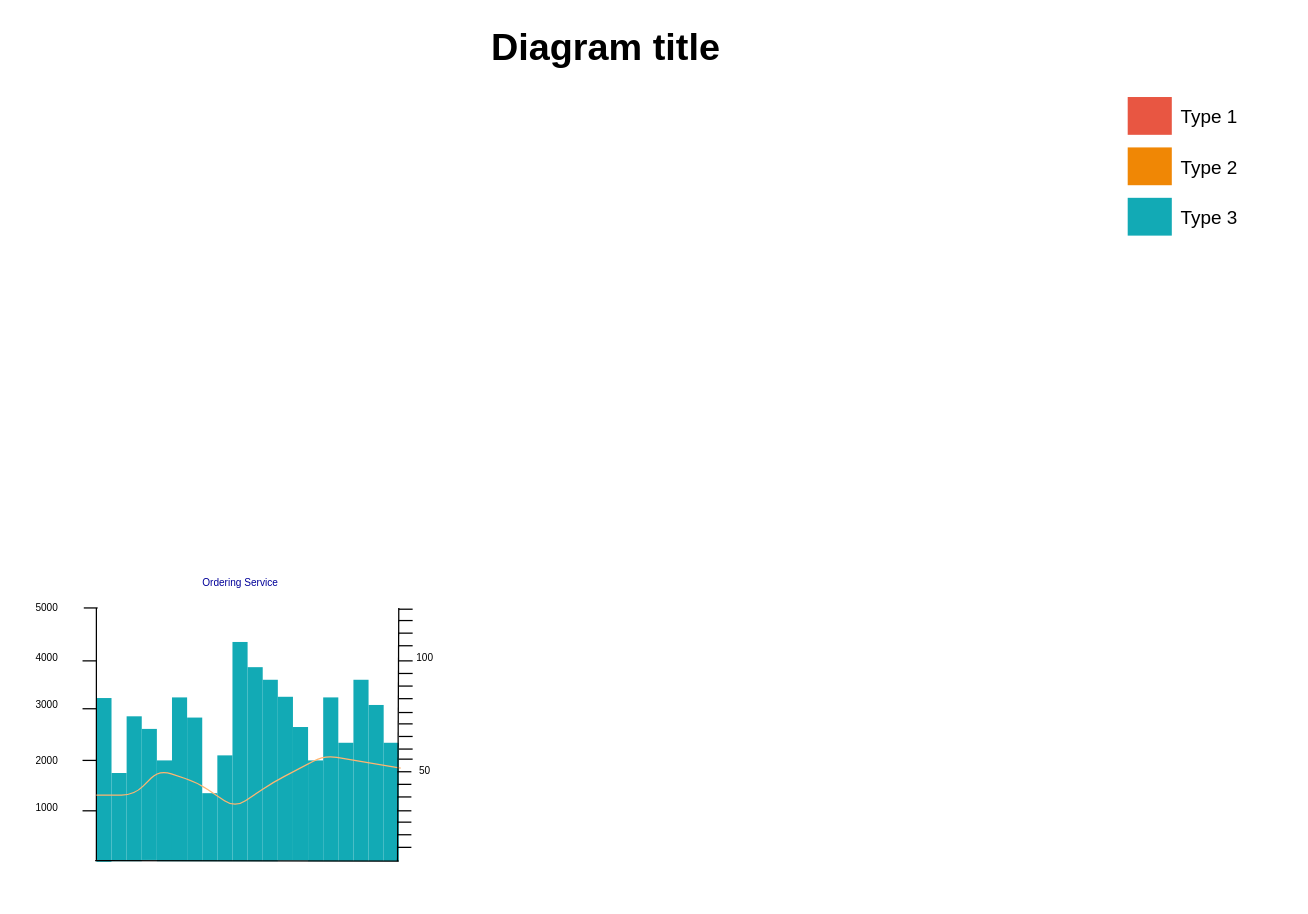
Before: Starbucks Middle Layer Monitor Dashboard.drawio in sotheair/designs, a draw.io diagram. Source tidied: cells renumbered, new cells numbered last; positions are measured from the earlier drawing's top-left corner, leaving out a move shared by most shapes. Both pictures are drawn from the tidied source at 126%, with x=0, y=0 at pixel (21, 20).
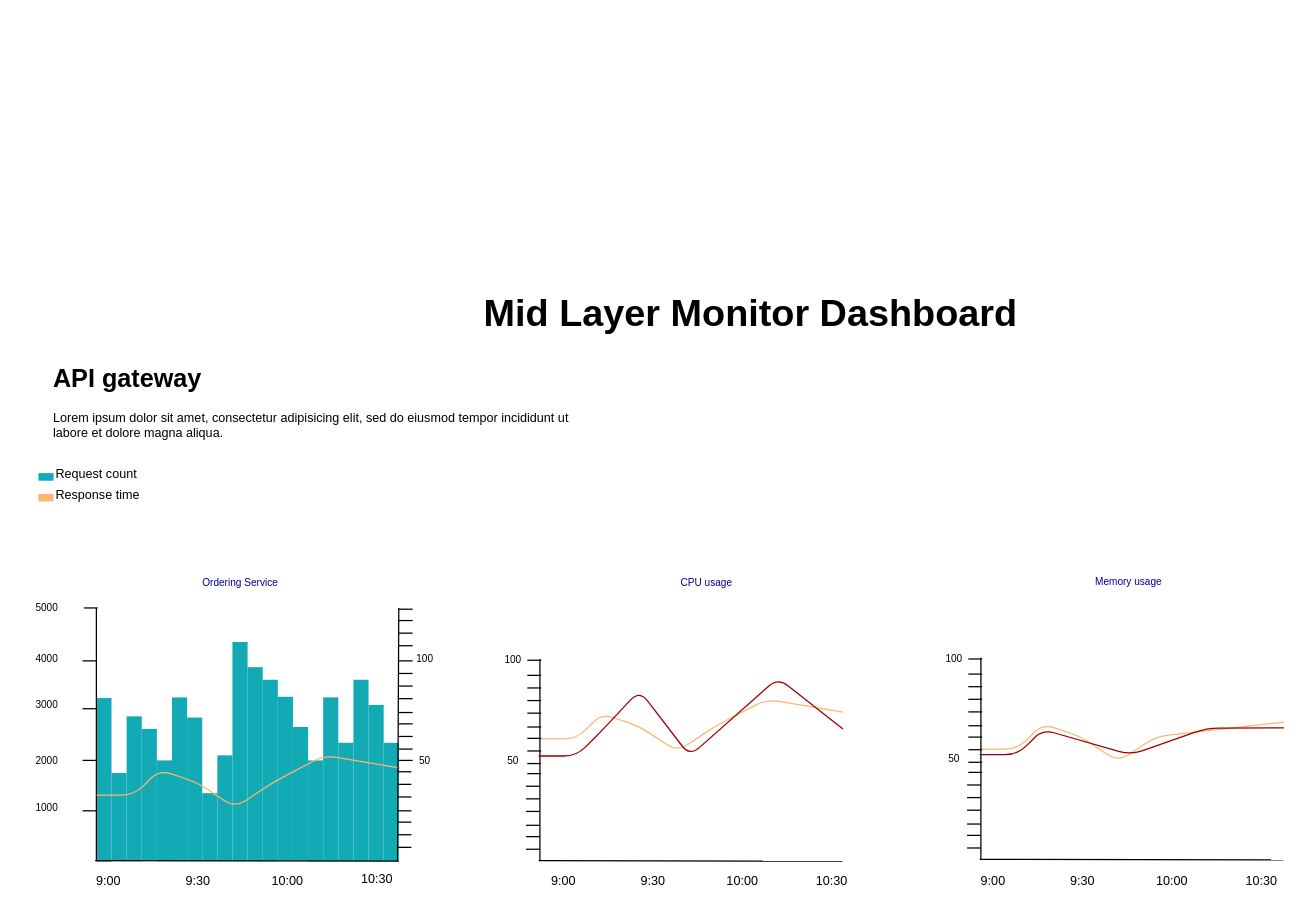
Above is the later version.

Diff of the diagram source:
```diff
@@
     <mxCell id="3" style="whiteSpace=wrap;fillColor=#12AAB5;gradientColor=none;gradientDirection=east;strokeColor=none;html=1;fontColor=#23445d;" parent="1" vertex="1">
-      <mxGeometry x="877.5" y="140.5" width="35" height="30" as="geometry" />
+      <mxGeometry x="13" y="359" width="12" height="6" as="geometry" />
     </mxCell>
-    <mxCell id="4" style="whiteSpace=wrap;fillColor=#F08705;gradientColor=none;gradientDirection=east;strokeColor=none;html=1;fontColor=#23445d;" parent="1" vertex="1">
-      <mxGeometry x="877.5" y="100.5" width="35" height="30" as="geometry" />
-    </mxCell>
-    <mxCell id="5" style="whiteSpace=wrap;fillColor=#E85642;gradientColor=none;gradientDirection=east;strokeColor=none;html=1;fontColor=#23445d;" parent="1" vertex="1">
-      <mxGeometry x="877.5" y="60.5" width="35" height="30" as="geometry" />
-    </mxCell>
-    <mxCell id="6" value="Type 1" style="text;spacingTop=-5;html=1;fontSize=15;" parent="1" vertex="1">
-      <mxGeometry x="917.5" y="65.5" width="80" height="20" as="geometry" />
-    </mxCell>
-    <mxCell id="7" value="Type 2" style="text;spacingTop=-5;html=1;fontSize=15;" parent="1" vertex="1">
-      <mxGeometry x="917.5" y="105.5" width="80" height="20" as="geometry" />
-    </mxCell>
-    <mxCell id="8" value="Type 3" style="text;spacingTop=-5;html=1;fontSize=15;" parent="1" vertex="1">
-      <mxGeometry x="917.5" y="145.5" width="80" height="20" as="geometry" />
+    <mxCell id="8" value="Request count" style="text;spacingTop=-5;html=1;fontSize=10;" parent="1" vertex="1">
+      <mxGeometry x="25" y="352" width="80" height="20" as="geometry" />
     </mxCell>
-    <mxCell id="9" value="&lt;font style=&quot;font-size: 30px;&quot;&gt;Diagram title&lt;/font&gt;" style="text;spacingTop=-5;align=center;verticalAlign=middle;fontSize=30;fontStyle=1;html=1;" parent="1" vertex="1">
-      <mxGeometry x="57.5" y="0.5" width="810" height="45" as="geometry" />
+    <mxCell id="9" value="Mid Layer Monitor Dashboard" style="text;spacingTop=-5;align=center;verticalAlign=middle;fontSize=30;fontStyle=1;html=1;" parent="1" vertex="1">
+      <mxGeometry x="173" y="212" width="810" height="45" as="geometry" />
     </mxCell>
@@
     <mxCell id="37" style="endArrow=none;html=1;strokeWidth=1;" parent="1" edge="1">
       <mxGeometry relative="1" as="geometry">
-        <mxPoint x="299" y="586" as="sourcePoint" />
-        <mxPoint x="310" y="586" as="targetPoint" />
+        <mxPoint x="299" y="587" as="sourcePoint" />
+        <mxPoint x="310" y="587" as="targetPoint" />
       </mxGeometry>
     </mxCell>
@@
     <mxCell id="64" value="&lt;font style=&quot;font-size: 8px&quot;&gt;50&lt;/font&gt;" style="text;html=1;align=center;verticalAlign=middle;whiteSpace=wrap;rounded=0;fontSize=8;" parent="1" vertex="1">
-      <mxGeometry x="310" y="585" width="20" height="20" as="geometry" />
+      <mxGeometry x="310" y="577" width="20" height="20" as="geometry" />
     </mxCell>
@@
+    <mxCell id="66" style="whiteSpace=wrap;fillColor=#FFB570;gradientColor=none;gradientDirection=east;strokeColor=none;html=1;fontColor=#23445d;" parent="1" vertex="1">
+      <mxGeometry x="13" y="375.5" width="12" height="6" as="geometry" />
+    </mxCell>
+    <mxCell id="67" value="Response time" style="text;spacingTop=-5;html=1;fontSize=10;" parent="1" vertex="1">
+      <mxGeometry x="25" y="368.5" width="80" height="20" as="geometry" />
+    </mxCell>
+    <mxCell id="68" style="endArrow=none;html=1;strokeWidth=1;entryX=1.125;entryY=0.214;entryDx=0;entryDy=0;entryPerimeter=0;strokeColor=#FFB570;" parent="1" edge="1">
+      <mxGeometry relative="1" as="geometry">
+        <mxPoint x="410" y="570" as="sourcePoint" />
+        <mxPoint x="651.5" y="548.6" as="targetPoint" />
+        <Array as="points">
+          <mxPoint x="440" y="570" />
+          <mxPoint x="460" y="550" />
+          <mxPoint x="490" y="560" />
+          <mxPoint x="520" y="580" />
+          <mxPoint x="550" y="560" />
+          <mxPoint x="591" y="538.5" />
+        </Array>
+      </mxGeometry>
+    </mxCell>
+    <mxCell id="69" style="endArrow=none;html=1;strokeWidth=1;" parent="1" edge="1">
+      <mxGeometry relative="1" as="geometry">
+        <mxPoint x="411" y="666.5" as="sourcePoint" />
+        <mxPoint x="411" y="506.5" as="targetPoint" />
+      </mxGeometry>
+    </mxCell>
+    <mxCell id="70" style="endArrow=none;html=1;strokeWidth=1;" parent="1" edge="1">
+      <mxGeometry relative="1" as="geometry">
+        <mxPoint x="401" y="597.5" as="sourcePoint" />
+        <mxPoint x="412" y="597.5" as="targetPoint" />
+      </mxGeometry>
+    </mxCell>
+    <mxCell id="71" style="endArrow=none;html=1;strokeWidth=1;" parent="1" edge="1">
+      <mxGeometry relative="1" as="geometry">
+        <mxPoint x="400" y="607.5" as="sourcePoint" />
+        <mxPoint x="411" y="607.5" as="targetPoint" />
+      </mxGeometry>
+    </mxCell>
+    <mxCell id="72" style="endArrow=none;html=1;strokeWidth=1;" parent="1" edge="1">
+      <mxGeometry relative="1" as="geometry">
+        <mxPoint x="400" y="617.5" as="sourcePoint" />
+        <mxPoint x="411" y="617.5" as="targetPoint" />
+      </mxGeometry>
+    </mxCell>
+    <mxCell id="73" style="endArrow=none;html=1;strokeWidth=1;" parent="1" edge="1">
+      <mxGeometry relative="1" as="geometry">
+        <mxPoint x="400" y="627.5" as="sourcePoint" />
+        <mxPoint x="411" y="627.5" as="targetPoint" />
+      </mxGeometry>
+    </mxCell>
+    <mxCell id="74" style="endArrow=none;html=1;strokeWidth=1;" parent="1" edge="1">
+      <mxGeometry relative="1" as="geometry">
+        <mxPoint x="400" y="638.5" as="sourcePoint" />
+        <mxPoint x="411" y="638.5" as="targetPoint" />
+      </mxGeometry>
+    </mxCell>
+    <mxCell id="75" style="endArrow=none;html=1;strokeWidth=1;" parent="1" edge="1">
+      <mxGeometry relative="1" as="geometry">
+        <mxPoint x="400" y="647.5" as="sourcePoint" />
+        <mxPoint x="411" y="647.5" as="targetPoint" />
+      </mxGeometry>
+    </mxCell>
+    <mxCell id="76" style="endArrow=none;html=1;strokeWidth=1;" parent="1" edge="1">
+      <mxGeometry relative="1" as="geometry">
+        <mxPoint x="400" y="657.5" as="sourcePoint" />
+        <mxPoint x="411" y="657.5" as="targetPoint" />
+      </mxGeometry>
+    </mxCell>
+    <mxCell id="77" style="endArrow=none;html=1;strokeWidth=1;" parent="1" edge="1">
+      <mxGeometry relative="1" as="geometry">
+        <mxPoint x="401" y="589.5" as="sourcePoint" />
+        <mxPoint x="412" y="589.5" as="targetPoint" />
+      </mxGeometry>
+    </mxCell>
+    <mxCell id="78" style="endArrow=none;html=1;strokeWidth=1;" parent="1" edge="1">
+      <mxGeometry relative="1" as="geometry">
+        <mxPoint x="401" y="519.5" as="sourcePoint" />
+        <mxPoint x="412" y="519.5" as="targetPoint" />
+      </mxGeometry>
+    </mxCell>
+    <mxCell id="79" style="endArrow=none;html=1;strokeWidth=1;" parent="1" edge="1">
+      <mxGeometry relative="1" as="geometry">
+        <mxPoint x="401" y="529.5" as="sourcePoint" />
+        <mxPoint x="412" y="529.5" as="targetPoint" />
+      </mxGeometry>
+    </mxCell>
+    <mxCell id="80" style="endArrow=none;html=1;strokeWidth=1;" parent="1" edge="1">
+      <mxGeometry relative="1" as="geometry">
+        <mxPoint x="401" y="539.5" as="sourcePoint" />
+        <mxPoint x="412" y="539.5" as="targetPoint" />
+      </mxGeometry>
+    </mxCell>
+    <mxCell id="81" style="endArrow=none;html=1;strokeWidth=1;" parent="1" edge="1">
+      <mxGeometry relative="1" as="geometry">
+        <mxPoint x="401" y="549.5" as="sourcePoint" />
+        <mxPoint x="412" y="549.5" as="targetPoint" />
+      </mxGeometry>
+    </mxCell>
+    <mxCell id="82" style="endArrow=none;html=1;strokeWidth=1;" parent="1" edge="1">
+      <mxGeometry relative="1" as="geometry">
+        <mxPoint x="401" y="560.5" as="sourcePoint" />
+        <mxPoint x="412" y="560.5" as="targetPoint" />
+      </mxGeometry>
+    </mxCell>
+    <mxCell id="83" style="endArrow=none;html=1;strokeWidth=1;" parent="1" edge="1">
+      <mxGeometry relative="1" as="geometry">
+        <mxPoint x="401" y="569.5" as="sourcePoint" />
+        <mxPoint x="412" y="569.5" as="targetPoint" />
+      </mxGeometry>
+    </mxCell>
+    <mxCell id="84" style="endArrow=none;html=1;strokeWidth=1;" parent="1" edge="1">
+      <mxGeometry relative="1" as="geometry">
+        <mxPoint x="401" y="579.5" as="sourcePoint" />
+        <mxPoint x="412" y="579.5" as="targetPoint" />
+      </mxGeometry>
+    </mxCell>
+    <mxCell id="85" style="endArrow=none;html=1;strokeWidth=1;" parent="1" edge="1">
+      <mxGeometry relative="1" as="geometry">
+        <mxPoint x="401" y="507.5" as="sourcePoint" />
+        <mxPoint x="412" y="507.5" as="targetPoint" />
+      </mxGeometry>
+    </mxCell>
+    <mxCell id="86" value="&lt;font style=&quot;font-size: 8px&quot;&gt;100&lt;/font&gt;" style="text;html=1;align=center;verticalAlign=middle;whiteSpace=wrap;rounded=0;fontSize=8;" parent="1" vertex="1">
+      <mxGeometry x="380" y="497" width="20" height="20" as="geometry" />
+    </mxCell>
+    <mxCell id="87" value="&lt;font style=&quot;font-size: 8px&quot;&gt;50&lt;/font&gt;" style="text;html=1;align=center;verticalAlign=middle;whiteSpace=wrap;rounded=0;fontSize=8;" parent="1" vertex="1">
+      <mxGeometry x="380" y="577" width="20" height="20" as="geometry" />
+    </mxCell>
+    <mxCell id="88" style="endArrow=none;html=1;strokeWidth=1;" parent="1" edge="1">
+      <mxGeometry relative="1" as="geometry">
+        <mxPoint x="410" y="666.5" as="sourcePoint" />
+        <mxPoint x="651" y="667" as="targetPoint" />
+      </mxGeometry>
+    </mxCell>
+    <mxCell id="89" style="endArrow=none;html=1;strokeWidth=1;entryX=1.125;entryY=0.214;entryDx=0;entryDy=0;entryPerimeter=0;strokeColor=#990000;" parent="1" edge="1">
+      <mxGeometry relative="1" as="geometry">
+        <mxPoint x="410" y="583.5" as="sourcePoint" />
+        <mxPoint x="651.5" y="562.1" as="targetPoint" />
+        <Array as="points">
+          <mxPoint x="440" y="583.5" />
+          <mxPoint x="460" y="563.5" />
+          <mxPoint x="490" y="531.5" />
+          <mxPoint x="530" y="583.5" />
+          <mxPoint x="600" y="521.5" />
+        </Array>
+      </mxGeometry>
+    </mxCell>
+    <mxCell id="90" style="endArrow=none;html=1;strokeWidth=1;entryX=1.125;entryY=0.214;entryDx=0;entryDy=0;entryPerimeter=0;strokeColor=#FFB570;" parent="1" edge="1">
+      <mxGeometry relative="1" as="geometry">
+        <mxPoint x="760" y="578" as="sourcePoint" />
+        <mxPoint x="1001.5" y="556.6" as="targetPoint" />
+        <Array as="points">
+          <mxPoint x="790" y="578" />
+          <mxPoint x="810" y="558" />
+          <mxPoint x="840" y="568" />
+          <mxPoint x="870" y="588" />
+          <mxPoint x="900" y="568" />
+        </Array>
+      </mxGeometry>
+    </mxCell>
+    <mxCell id="91" style="endArrow=none;html=1;strokeWidth=1;" parent="1" edge="1">
+      <mxGeometry relative="1" as="geometry">
+        <mxPoint x="761" y="665.5" as="sourcePoint" />
+        <mxPoint x="761" y="505.5" as="targetPoint" />
+      </mxGeometry>
+    </mxCell>
+    <mxCell id="92" style="endArrow=none;html=1;strokeWidth=1;" parent="1" edge="1">
+      <mxGeometry relative="1" as="geometry">
+        <mxPoint x="751" y="596.5" as="sourcePoint" />
+        <mxPoint x="762" y="596.5" as="targetPoint" />
+      </mxGeometry>
+    </mxCell>
+    <mxCell id="93" style="endArrow=none;html=1;strokeWidth=1;" parent="1" edge="1">
+      <mxGeometry relative="1" as="geometry">
+        <mxPoint x="750" y="606.5" as="sourcePoint" />
+        <mxPoint x="761" y="606.5" as="targetPoint" />
+      </mxGeometry>
+    </mxCell>
+    <mxCell id="94" style="endArrow=none;html=1;strokeWidth=1;" parent="1" edge="1">
+      <mxGeometry relative="1" as="geometry">
+        <mxPoint x="750" y="616.5" as="sourcePoint" />
+        <mxPoint x="761" y="616.5" as="targetPoint" />
+      </mxGeometry>
+    </mxCell>
+    <mxCell id="95" style="endArrow=none;html=1;strokeWidth=1;" parent="1" edge="1">
+      <mxGeometry relative="1" as="geometry">
+        <mxPoint x="750" y="626.5" as="sourcePoint" />
+        <mxPoint x="761" y="626.5" as="targetPoint" />
+      </mxGeometry>
+    </mxCell>
+    <mxCell id="96" style="endArrow=none;html=1;strokeWidth=1;" parent="1" edge="1">
+      <mxGeometry relative="1" as="geometry">
+        <mxPoint x="750" y="637.5" as="sourcePoint" />
+        <mxPoint x="761" y="637.5" as="targetPoint" />
+      </mxGeometry>
+    </mxCell>
+    <mxCell id="97" style="endArrow=none;html=1;strokeWidth=1;" parent="1" edge="1">
+      <mxGeometry relative="1" as="geometry">
+        <mxPoint x="750" y="646.5" as="sourcePoint" />
+        <mxPoint x="761" y="646.5" as="targetPoint" />
+      </mxGeometry>
+    </mxCell>
+    <mxCell id="98" style="endArrow=none;html=1;strokeWidth=1;" parent="1" edge="1">
+      <mxGeometry relative="1" as="geometry">
+        <mxPoint x="750" y="656.5" as="sourcePoint" />
+        <mxPoint x="761" y="656.5" as="targetPoint" />
+      </mxGeometry>
+    </mxCell>
+    <mxCell id="99" style="endArrow=none;html=1;strokeWidth=1;" parent="1" edge="1">
+      <mxGeometry relative="1" as="geometry">
+        <mxPoint x="751" y="588.5" as="sourcePoint" />
+        <mxPoint x="762" y="588.5" as="targetPoint" />
+      </mxGeometry>
+    </mxCell>
+    <mxCell id="100" style="endArrow=none;html=1;strokeWidth=1;" parent="1" edge="1">
+      <mxGeometry relative="1" as="geometry">
+        <mxPoint x="751" y="518.5" as="sourcePoint" />
+        <mxPoint x="762" y="518.5" as="targetPoint" />
+      </mxGeometry>
+    </mxCell>
+    <mxCell id="101" style="endArrow=none;html=1;strokeWidth=1;" parent="1" edge="1">
+      <mxGeometry relative="1" as="geometry">
+        <mxPoint x="751" y="528.5" as="sourcePoint" />
+        <mxPoint x="762" y="528.5" as="targetPoint" />
+      </mxGeometry>
+    </mxCell>
+    <mxCell id="102" style="endArrow=none;html=1;strokeWidth=1;" parent="1" edge="1">
+      <mxGeometry relative="1" as="geometry">
+        <mxPoint x="751" y="538.5" as="sourcePoint" />
+        <mxPoint x="762" y="538.5" as="targetPoint" />
+      </mxGeometry>
+    </mxCell>
+    <mxCell id="103" style="endArrow=none;html=1;strokeWidth=1;" parent="1" edge="1">
+      <mxGeometry relative="1" as="geometry">
+        <mxPoint x="751" y="548.5" as="sourcePoint" />
+        <mxPoint x="762" y="548.5" as="targetPoint" />
+      </mxGeometry>
+    </mxCell>
+    <mxCell id="104" style="endArrow=none;html=1;strokeWidth=1;" parent="1" edge="1">
+      <mxGeometry relative="1" as="geometry">
+        <mxPoint x="751" y="559.5" as="sourcePoint" />
+        <mxPoint x="762" y="559.5" as="targetPoint" />
+      </mxGeometry>
+    </mxCell>
+    <mxCell id="105" style="endArrow=none;html=1;strokeWidth=1;" parent="1" edge="1">
+      <mxGeometry relative="1" as="geometry">
+        <mxPoint x="751" y="568.5" as="sourcePoint" />
+        <mxPoint x="762" y="568.5" as="targetPoint" />
+      </mxGeometry>
+    </mxCell>
+    <mxCell id="106" style="endArrow=none;html=1;strokeWidth=1;" parent="1" edge="1">
+      <mxGeometry relative="1" as="geometry">
+        <mxPoint x="751" y="578.5" as="sourcePoint" />
+        <mxPoint x="762" y="578.5" as="targetPoint" />
+      </mxGeometry>
+    </mxCell>
+    <mxCell id="107" style="endArrow=none;html=1;strokeWidth=1;" parent="1" edge="1">
+      <mxGeometry relative="1" as="geometry">
+        <mxPoint x="751" y="506.5" as="sourcePoint" />
+        <mxPoint x="762" y="506.5" as="targetPoint" />
+      </mxGeometry>
+    </mxCell>
+    <mxCell id="108" value="&lt;font style=&quot;font-size: 8px&quot;&gt;100&lt;/font&gt;" style="text;html=1;align=center;verticalAlign=middle;whiteSpace=wrap;rounded=0;fontSize=8;" parent="1" vertex="1">
+      <mxGeometry x="730" y="496" width="20" height="20" as="geometry" />
+    </mxCell>
+    <mxCell id="109" value="&lt;font style=&quot;font-size: 8px&quot;&gt;50&lt;/font&gt;" style="text;html=1;align=center;verticalAlign=middle;whiteSpace=wrap;rounded=0;fontSize=8;" parent="1" vertex="1">
+      <mxGeometry x="730" y="576" width="20" height="20" as="geometry" />
+    </mxCell>
+    <mxCell id="110" style="endArrow=none;html=1;strokeWidth=1;" parent="1" edge="1">
+      <mxGeometry relative="1" as="geometry">
+        <mxPoint x="760" y="665.5" as="sourcePoint" />
+        <mxPoint x="1001" y="666" as="targetPoint" />
+      </mxGeometry>
+    </mxCell>
+    <mxCell id="111" style="endArrow=none;html=1;strokeWidth=1;entryX=1.125;entryY=0.214;entryDx=0;entryDy=0;entryPerimeter=0;strokeColor=#990000;" parent="1" edge="1">
+      <mxGeometry relative="1" as="geometry">
+        <mxPoint x="760" y="582.5" as="sourcePoint" />
+        <mxPoint x="1001.5" y="561.1" as="targetPoint" />
+        <Array as="points">
+          <mxPoint x="790" y="582.5" />
+          <mxPoint x="810" y="562.5" />
+          <mxPoint x="880" y="582.5" />
+          <mxPoint x="940" y="561.5" />
+        </Array>
+      </mxGeometry>
+    </mxCell>
+    <mxCell id="112" value="Memory usage" style="text;html=1;strokeColor=none;fillColor=none;align=center;verticalAlign=middle;whiteSpace=wrap;rounded=0;fontSize=8;fontColor=#000099;" parent="1" vertex="1">
+      <mxGeometry x="825" y="435" width="107" height="20" as="geometry" />
+    </mxCell>
+    <mxCell id="113" value="CPU usage" style="text;html=1;strokeColor=none;fillColor=none;align=center;verticalAlign=middle;whiteSpace=wrap;rounded=0;fontSize=8;fontColor=#000099;" parent="1" vertex="1">
+      <mxGeometry x="490" y="436" width="107" height="20" as="geometry" />
+    </mxCell>
+    <mxCell id="114" value="9:00" style="text;html=1;strokeColor=none;fillColor=none;align=center;verticalAlign=middle;whiteSpace=wrap;rounded=0;dashed=1;dashPattern=1 2;fontSize=10;fontColor=#000000;opacity=0;" parent="1" vertex="1">
+      <mxGeometry x="49" y="672" width="40" height="20" as="geometry" />
+    </mxCell>
+    <mxCell id="115" value="9:30" style="text;html=1;strokeColor=none;fillColor=none;align=center;verticalAlign=middle;whiteSpace=wrap;rounded=0;dashed=1;dashPattern=1 2;fontSize=10;fontColor=#000000;opacity=0;" parent="1" vertex="1">
+      <mxGeometry x="120" y="672" width="40" height="20" as="geometry" />
+    </mxCell>
+    <mxCell id="116" value="10:00" style="text;html=1;strokeColor=none;fillColor=none;align=center;verticalAlign=middle;whiteSpace=wrap;rounded=0;dashed=1;dashPattern=1 2;fontSize=10;fontColor=#000000;opacity=0;" parent="1" vertex="1">
+      <mxGeometry x="191" y="672" width="40" height="20" as="geometry" />
+    </mxCell>
+    <mxCell id="117" value="10:30" style="text;html=1;strokeColor=none;fillColor=none;align=center;verticalAlign=middle;whiteSpace=wrap;rounded=0;dashed=1;dashPattern=1 2;fontSize=10;fontColor=#000000;opacity=0;" parent="1" vertex="1">
+      <mxGeometry x="262" y="671" width="40" height="20" as="geometry" />
+    </mxCell>
+    <mxCell id="118" value="9:00" style="text;html=1;strokeColor=none;fillColor=none;align=center;verticalAlign=middle;whiteSpace=wrap;rounded=0;dashed=1;dashPattern=1 2;fontSize=10;fontColor=#000000;opacity=0;" parent="1" vertex="1">
+      <mxGeometry x="410" y="672" width="40" height="20" as="geometry" />
+    </mxCell>
+    <mxCell id="119" value="9:30" style="text;html=1;strokeColor=none;fillColor=none;align=center;verticalAlign=middle;whiteSpace=wrap;rounded=0;dashed=1;dashPattern=1 2;fontSize=10;fontColor=#000000;opacity=0;" parent="1" vertex="1">
+      <mxGeometry x="481" y="672" width="40" height="20" as="geometry" />
+    </mxCell>
+    <mxCell id="120" value="10:00" style="text;html=1;strokeColor=none;fillColor=none;align=center;verticalAlign=middle;whiteSpace=wrap;rounded=0;dashed=1;dashPattern=1 2;fontSize=10;fontColor=#000000;opacity=0;" parent="1" vertex="1">
+      <mxGeometry x="552" y="672" width="40" height="20" as="geometry" />
+    </mxCell>
+    <mxCell id="121" value="10:30" style="text;html=1;strokeColor=none;fillColor=none;align=center;verticalAlign=middle;whiteSpace=wrap;rounded=0;dashed=1;dashPattern=1 2;fontSize=10;fontColor=#000000;opacity=0;" parent="1" vertex="1">
+      <mxGeometry x="623" y="672" width="40" height="20" as="geometry" />
+    </mxCell>
+    <mxCell id="122" value="9:00" style="text;html=1;strokeColor=none;fillColor=none;align=center;verticalAlign=middle;whiteSpace=wrap;rounded=0;dashed=1;dashPattern=1 2;fontSize=10;fontColor=#000000;opacity=0;" parent="1" vertex="1">
+      <mxGeometry x="751" y="672" width="40" height="20" as="geometry" />
+    </mxCell>
+    <mxCell id="123" value="9:30" style="text;html=1;strokeColor=none;fillColor=none;align=center;verticalAlign=middle;whiteSpace=wrap;rounded=0;dashed=1;dashPattern=1 2;fontSize=10;fontColor=#000000;opacity=0;" parent="1" vertex="1">
+      <mxGeometry x="822" y="672" width="40" height="20" as="geometry" />
+    </mxCell>
+    <mxCell id="124" value="10:00" style="text;html=1;strokeColor=none;fillColor=none;align=center;verticalAlign=middle;whiteSpace=wrap;rounded=0;dashed=1;dashPattern=1 2;fontSize=10;fontColor=#000000;opacity=0;" parent="1" vertex="1">
+      <mxGeometry x="893" y="672" width="40" height="20" as="geometry" />
+    </mxCell>
+    <mxCell id="125" value="10:30" style="text;html=1;strokeColor=none;fillColor=none;align=center;verticalAlign=middle;whiteSpace=wrap;rounded=0;dashed=1;dashPattern=1 2;fontSize=10;fontColor=#000000;opacity=0;" parent="1" vertex="1">
+      <mxGeometry x="964" y="672" width="40" height="20" as="geometry" />
+    </mxCell>
+    <mxCell id="126" value="&lt;h1&gt;API gateway&lt;/h1&gt;&lt;p&gt;Lorem ipsum dolor sit amet, consectetur adipisicing elit, sed do eiusmod tempor incididunt ut labore et dolore magna aliqua.&lt;/p&gt;" style="text;html=1;strokeColor=none;fillColor=none;spacing=5;spacingTop=-20;whiteSpace=wrap;overflow=hidden;rounded=0;shadow=0;dashed=1;dashPattern=1 2;comic=0;labelBackgroundColor=none;fontSize=10;opacity=0;" parent="1" vertex="1">
+      <mxGeometry x="20" y="268.5" width="432" height="120" as="geometry" />
+    </mxCell>
```
